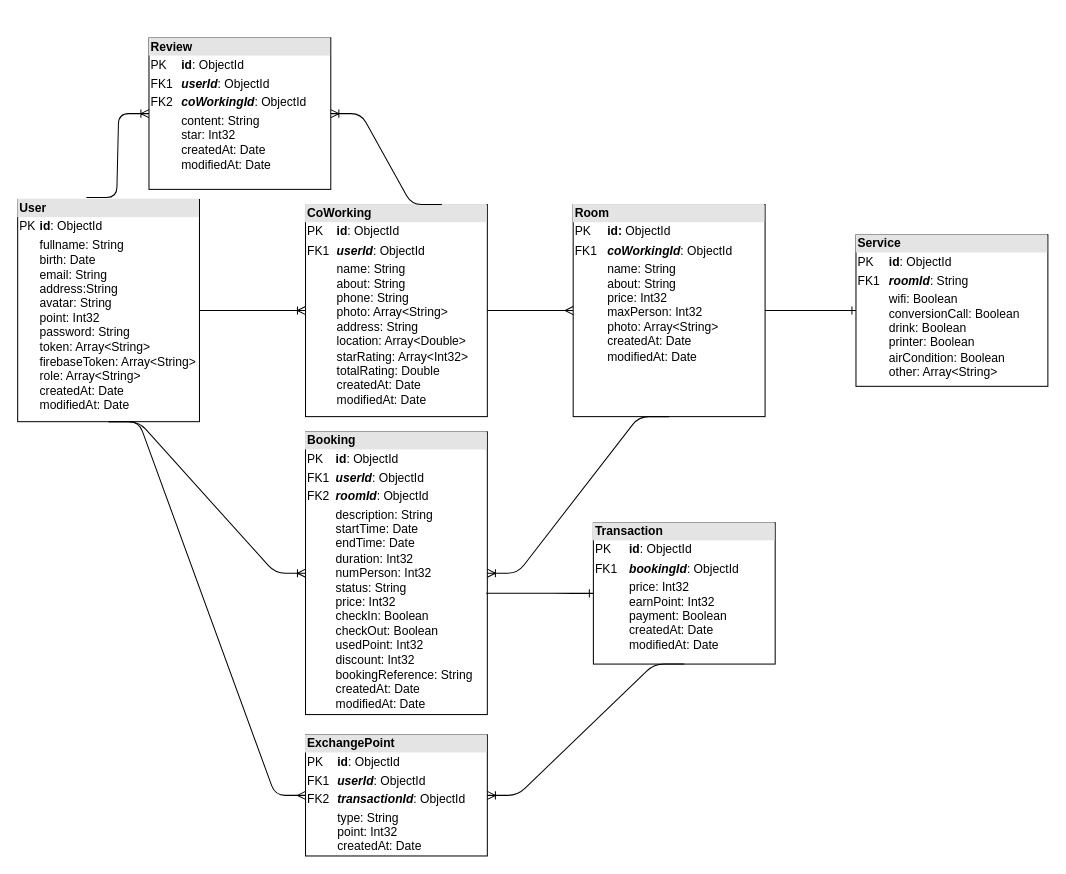
The draw.io diagram Untitled Diagram.drawio in sald17/coex_server, before the edit. Source tidied: cells renumbered, new cells numbered last; positions are measured from the earlier drawing's top-left corner, leaving out a move shared by most shapes. Both pictures are drawn from the tidied source at 101%, with x=0, y=0 at pixel (17, 37).
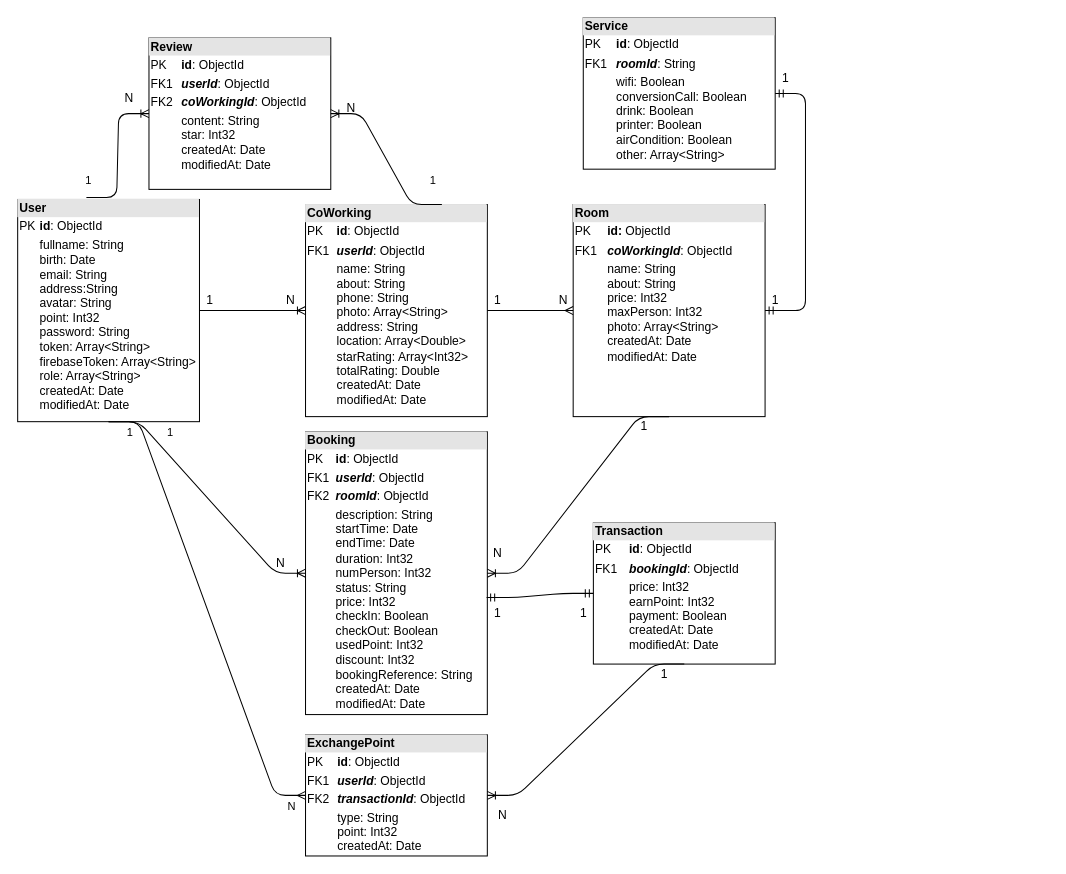
The same diagram, later.

The change refers to these unchanged cells:
```xml
<mxCell id="4" value="&lt;div style=&quot;box-sizing: border-box ; width: 100% ; background: #e4e4e4 ; padding: 2px&quot;&gt;&lt;b&gt;Room&lt;/b&gt;&lt;/div&gt;&lt;table style=&quot;width: 100% ; font-size: 1em&quot; cellspacing=&quot;0&quot; cellpadding=&quot;2&quot;&gt;&lt;tbody&gt;&lt;tr&gt;&lt;td&gt;PK&lt;/td&gt;&lt;td&gt;&lt;b&gt;id: &lt;/b&gt;ObjectId&lt;br&gt;&lt;b&gt;&lt;/b&gt;&lt;/td&gt;&lt;/tr&gt;&lt;tr&gt;&lt;td&gt;FK1&lt;/td&gt;&lt;td&gt;&lt;i&gt;&lt;b&gt;coWorkingId&lt;/b&gt;&lt;/i&gt;: ObjectId&lt;br&gt;&lt;/td&gt;&lt;/tr&gt;&lt;tr&gt;&lt;td&gt;&lt;br&gt;&lt;/td&gt;&lt;td&gt;name: String&lt;br&gt;about: String&lt;br&gt;price: Int32&lt;br&gt;maxPerson: Int32&lt;br&gt;photo: Array&amp;lt;String&amp;gt;&lt;br&gt;createdAt: Date&lt;br&gt;modifiedAt: Date&lt;br&gt;&lt;br&gt;&lt;/td&gt;&lt;/tr&gt;&lt;/tbody&gt;&lt;/table&gt;" style="verticalAlign=top;align=left;overflow=fill;html=1;fillColor=#ffffff;gradientColor=none;" parent="1" vertex="1">
  <mxGeometry x="550" y="165" width="190" height="210" as="geometry" />
</mxCell>
<mxCell id="10" style="edgeStyle=entityRelationEdgeStyle;fontSize=12;html=1;endArrow=ERoneToMany;entryX=0;entryY=0.5;entryDx=0;entryDy=0;exitX=0.378;exitY=-0.009;exitDx=0;exitDy=0;exitPerimeter=0;" parent="1" edge="1" source="2" target="9">
  <mxGeometry relative="1" as="geometry" />
</mxCell>
<mxCell id="11" style="edgeStyle=entityRelationEdgeStyle;fontSize=12;html=1;endArrow=ERoneToMany;exitX=0.75;exitY=0;exitDx=0;exitDy=0;" parent="1" edge="1" source="3" target="9">
  <mxGeometry relative="1" as="geometry" />
</mxCell>
<mxCell id="12" value="&lt;div style=&quot;box-sizing: border-box ; width: 100% ; background: #e4e4e4 ; padding: 2px&quot;&gt;&lt;b&gt;Booking&lt;/b&gt;&lt;/div&gt;&lt;table style=&quot;width: 100% ; font-size: 1em&quot; cellspacing=&quot;0&quot; cellpadding=&quot;2&quot;&gt;&lt;tbody&gt;&lt;tr&gt;&lt;td&gt;PK&lt;/td&gt;&lt;td&gt;&lt;b&gt;id&lt;/b&gt;: ObjectId&lt;br&gt;&lt;/td&gt;&lt;/tr&gt;&lt;tr&gt;&lt;td&gt;FK1&lt;/td&gt;&lt;td&gt;&lt;i&gt;&lt;b&gt;userId&lt;/b&gt;&lt;/i&gt;: ObjectId&lt;br&gt;&lt;/td&gt;&lt;/tr&gt;&lt;tr&gt;&lt;td&gt;FK2&lt;br&gt;&lt;/td&gt;&lt;td&gt;&lt;i&gt;&lt;b&gt;roomId&lt;/b&gt;&lt;/i&gt;: ObjectId&lt;br&gt;&lt;/td&gt;&lt;/tr&gt;&lt;tr&gt;&lt;td&gt;&lt;br&gt;&lt;/td&gt;&lt;td&gt;description: String&lt;br&gt;startTime: Date&lt;br&gt;endTime: Date&lt;br&gt;duration: Int32&lt;br&gt;numPerson: Int32&lt;br&gt;status: String&lt;br&gt;price: Int32&lt;br&gt;checkIn: Boolean &lt;br&gt;checkOut: Boolean&lt;br&gt;usedPoint: Int32&lt;br&gt;discount: Int32&lt;br&gt;bookingReference: String&lt;br&gt;createdAt: Date&lt;br&gt;modifiedAt: Date&lt;br&gt;&lt;br&gt;&lt;/td&gt;&lt;/tr&gt;&lt;/tbody&gt;&lt;/table&gt;" style="verticalAlign=top;align=left;overflow=fill;html=1;" parent="1" vertex="1">
  <mxGeometry x="285" y="390" width="180" height="280" as="geometry" />
</mxCell>
<mxCell id="13" style="edgeStyle=entityRelationEdgeStyle;fontSize=12;html=1;endArrow=ERoneToMany;exitX=0.5;exitY=1;exitDx=0;exitDy=0;entryX=0;entryY=0.5;entryDx=0;entryDy=0;" parent="1" edge="1" source="2" target="12">
  <mxGeometry relative="1" as="geometry" />
</mxCell>
<mxCell id="15" value="&lt;div style=&quot;box-sizing: border-box ; width: 100% ; background: #e4e4e4 ; padding: 2px&quot;&gt;&lt;b&gt;Transaction&lt;/b&gt;&lt;/div&gt;&lt;table style=&quot;width: 100% ; font-size: 1em&quot; cellspacing=&quot;0&quot; cellpadding=&quot;2&quot;&gt;&lt;tbody&gt;&lt;tr&gt;&lt;td&gt;PK&lt;/td&gt;&lt;td&gt;&lt;b&gt;id&lt;/b&gt;: ObjectId&lt;br&gt;&lt;/td&gt;&lt;/tr&gt;&lt;tr&gt;&lt;td&gt;FK1&lt;/td&gt;&lt;td&gt;&lt;i&gt;&lt;b&gt;bookingId&lt;/b&gt;&lt;/i&gt;: ObjectId&lt;br&gt;&lt;/td&gt;&lt;/tr&gt;&lt;tr&gt;&lt;td&gt;&lt;br&gt;&lt;/td&gt;&lt;td&gt;price: Int32&lt;br&gt;earnPoint: Int32&lt;br&gt;payment: Boolean&lt;br&gt;createdAt: Date&lt;br&gt;modifiedAt: Date&lt;br&gt;&lt;br&gt;&lt;/td&gt;&lt;/tr&gt;&lt;/tbody&gt;&lt;/table&gt;" style="verticalAlign=top;align=left;overflow=fill;html=1;" parent="1" vertex="1">
  <mxGeometry x="570" y="480" width="180" height="140" as="geometry" />
</mxCell>
<mxCell id="18" style="edgeStyle=entityRelationEdgeStyle;fontSize=12;html=1;endArrow=ERmany;exitX=0.5;exitY=1;exitDx=0;exitDy=0;" parent="1" edge="1" source="2" target="17">
  <mxGeometry relative="1" as="geometry" />
</mxCell>
```

Diff of the diagram source:
```diff
@@
     <mxCell id="7" value="&lt;div style=&quot;box-sizing: border-box ; width: 100% ; background: #e4e4e4 ; padding: 2px&quot;&gt;&lt;b&gt;Service&lt;/b&gt;&lt;/div&gt;&lt;table style=&quot;width: 100% ; font-size: 1em&quot; cellspacing=&quot;0&quot; cellpadding=&quot;2&quot;&gt;&lt;tbody&gt;&lt;tr&gt;&lt;td&gt;PK&lt;/td&gt;&lt;td&gt;&lt;b&gt;id&lt;/b&gt;: ObjectId&lt;br&gt;&lt;/td&gt;&lt;/tr&gt;&lt;tr&gt;&lt;td&gt;FK1&lt;/td&gt;&lt;td&gt;&lt;i&gt;&lt;b&gt;roomId&lt;/b&gt;&lt;/i&gt;: String&lt;br&gt;&lt;/td&gt;&lt;/tr&gt;&lt;tr&gt;&lt;td&gt;&lt;br&gt;&lt;/td&gt;&lt;td&gt;wifi: Boolean&lt;br&gt;conversionCall: Boolean&lt;br&gt;drink: Boolean&lt;br&gt;printer: Boolean&lt;br&gt;airCondition: Boolean&lt;br&gt;other: Array&amp;lt;String&amp;gt;&lt;br&gt;&lt;br&gt;&lt;/td&gt;&lt;/tr&gt;&lt;/tbody&gt;&lt;/table&gt;" style="verticalAlign=top;align=left;overflow=fill;html=1;" parent="1" vertex="1">
-      <mxGeometry x="830" y="195" width="190" height="150" as="geometry" />
+      <mxGeometry x="560" y="-20" width="190" height="150" as="geometry" />
     </mxCell>
-    <mxCell id="8" style="edgeStyle=entityRelationEdgeStyle;fontSize=12;html=1;endArrow=ERone;endFill=1;" parent="1" edge="1" source="4" target="7">
-      <mxGeometry relative="1" as="geometry" />
-    </mxCell>
@@
+    <mxCell id="20" value="1" style="edgeLabel;html=1;align=center;verticalAlign=middle;" parent="10" vertex="1">
+      <mxGeometry x="-0.02" relative="1" as="geometry">
+        <mxPoint x="-29" y="22.6" as="offset" />
+      </mxGeometry>
+    </mxCell>
@@
+    <mxCell id="21" value="1" style="edgeLabel;html=1;align=center;verticalAlign=middle;" parent="11" vertex="1">
+      <mxGeometry x="-0.01" y="-1" relative="1" as="geometry">
+        <mxPoint x="44" y="20.2" as="offset" />
+      </mxGeometry>
+    </mxCell>
@@
+    <mxCell id="22" value="1" style="edgeLabel;html=1;align=center;verticalAlign=middle;" parent="13" vertex="1">
+      <mxGeometry x="0.17" y="-1" relative="1" as="geometry">
+        <mxPoint x="-51.5" y="-82" as="offset" />
+      </mxGeometry>
+    </mxCell>
@@
-    <mxCell id="16" style="edgeStyle=entityRelationEdgeStyle;fontSize=12;html=1;endArrow=ERone;endFill=1;exitX=0.994;exitY=0.571;exitDx=0;exitDy=0;exitPerimeter=0;" parent="1" edge="1" source="12" target="15">
-      <mxGeometry relative="1" as="geometry" />
-    </mxCell>
@@
+    <mxCell id="23" value="1" style="edgeLabel;html=1;align=center;verticalAlign=middle;" parent="18" vertex="1">
+      <mxGeometry x="-0.63" y="-3" relative="1" as="geometry">
+        <mxPoint x="-25.5" y="-41.3" as="offset" />
+      </mxGeometry>
+    </mxCell>
+    <mxCell id="24" value="N" style="edgeLabel;html=1;align=center;verticalAlign=middle;" parent="18" vertex="1">
+      <mxGeometry x="0.48" y="-4" relative="1" as="geometry">
+        <mxPoint x="49.1" y="91.8" as="offset" />
+      </mxGeometry>
+    </mxCell>
@@
+    <mxCell id="25" value="N" style="text;html=1;align=center;verticalAlign=middle;" parent="1" vertex="1">
+      <mxGeometry x="250" y="510" width="20" height="20" as="geometry" />
+    </mxCell>
+    <mxCell id="26" value="N" style="text;html=1;align=center;verticalAlign=middle;" parent="1" vertex="1">
+      <mxGeometry x="100" y="50" width="20" height="20" as="geometry" />
+    </mxCell>
+    <mxCell id="27" value="1" style="text;html=1;align=center;verticalAlign=middle;" parent="1" vertex="1">
+      <mxGeometry x="180" y="250" width="20" height="20" as="geometry" />
+    </mxCell>
+    <mxCell id="28" value="N" style="text;html=1;align=center;verticalAlign=middle;" parent="1" vertex="1">
+      <mxGeometry x="260" y="250" width="20" height="20" as="geometry" />
+    </mxCell>
+    <mxCell id="29" value="N" style="text;html=1;align=center;verticalAlign=middle;" parent="1" vertex="1">
+      <mxGeometry x="320" y="60" width="20" height="20" as="geometry" />
+    </mxCell>
+    <mxCell id="30" value="1" style="text;html=1;align=center;verticalAlign=middle;" parent="1" vertex="1">
+      <mxGeometry x="465" y="250" width="20" height="20" as="geometry" />
+    </mxCell>
+    <mxCell id="31" value="N" style="text;html=1;align=center;verticalAlign=middle;" parent="1" vertex="1">
+      <mxGeometry x="530" y="250" width="20" height="20" as="geometry" />
+    </mxCell>
+    <mxCell id="32" value="1" style="text;html=1;align=center;verticalAlign=middle;" parent="1" vertex="1">
+      <mxGeometry x="740" y="250" width="20" height="20" as="geometry" />
+    </mxCell>
+    <mxCell id="33" value="1" style="text;html=1;align=center;verticalAlign=middle;" parent="1" vertex="1">
+      <mxGeometry x="750" y="30" width="20" height="20" as="geometry" />
+    </mxCell>
+    <mxCell id="8" style="edgeStyle=entityRelationEdgeStyle;fontSize=12;html=1;endArrow=ERmandOne;startArrow=ERmandOne;" parent="1" edge="1" source="4" target="7">
+      <mxGeometry relative="1" as="geometry" />
+    </mxCell>
+    <mxCell id="16" style="edgeStyle=entityRelationEdgeStyle;fontSize=12;html=1;endArrow=ERmandOne;startArrow=ERmandOne;exitX=0.996;exitY=0.586;exitDx=0;exitDy=0;exitPerimeter=0;" parent="1" edge="1" source="12" target="15">
+      <mxGeometry relative="1" as="geometry" />
+    </mxCell>
+    <mxCell id="34" value="1" style="text;html=1;align=center;verticalAlign=middle;" parent="1" vertex="1">
+      <mxGeometry x="610" y="375" width="20" height="20" as="geometry" />
+    </mxCell>
+    <mxCell id="35" value="N" style="text;html=1;align=center;verticalAlign=middle;" parent="1" vertex="1">
+      <mxGeometry x="465" y="500" width="20" height="20" as="geometry" />
+    </mxCell>
+    <mxCell id="36" value="1" style="text;html=1;align=center;verticalAlign=middle;" parent="1" vertex="1">
+      <mxGeometry x="465" y="560" width="20" height="20" as="geometry" />
+    </mxCell>
+    <mxCell id="37" value="1" style="text;html=1;align=center;verticalAlign=middle;" parent="1" vertex="1">
+      <mxGeometry x="550" y="560" width="20" height="20" as="geometry" />
+    </mxCell>
+    <mxCell id="38" value="1" style="text;html=1;align=center;verticalAlign=middle;" parent="1" vertex="1">
+      <mxGeometry x="630" y="620" width="20" height="20" as="geometry" />
+    </mxCell>
+    <mxCell id="39" value="N" style="text;html=1;align=center;verticalAlign=middle;" parent="1" vertex="1">
+      <mxGeometry x="470" y="760" width="20" height="20" as="geometry" />
+    </mxCell>
```
